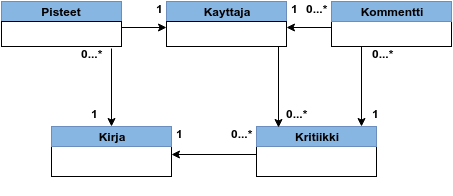
This is doc/kasitekaavio.png from tiikkala/kritiikki, a draw.io export, as it was before one commit. Source tidied: cells renumbered, new cells last; positions are measured from the earlier drawing's top-left corner, leaving out a move shared by most shapes. Source of this version:
```xml
<mxGraphModel background="#ffffff">
  <root>
    <mxCell id="0" />
    <mxCell id="1" parent="0" />
    <mxCell id="2" value="&lt;div style=&quot;text-align: left&quot;&gt;&lt;br&gt;&lt;/div&gt;" style="whiteSpace=wrap;html=1;" parent="1" vertex="1">
      <mxGeometry x="50" y="145" width="120" height="30" as="geometry" />
    </mxCell>
    <mxCell id="3" value="&lt;div style=&quot;text-align: left&quot;&gt;&lt;b&gt;Kirja&lt;/b&gt;&lt;/div&gt;" style="whiteSpace=wrap;html=1;blue;gradientColor=none;fillColor=#88B6E3;shadow=0;glass=0;" parent="1" vertex="1">
      <mxGeometry x="50" y="125" width="120" height="20" as="geometry" />
    </mxCell>
    <mxCell id="4" value="&lt;div style=&quot;text-align: left&quot;&gt;&lt;b&gt;Kayttaja&lt;/b&gt;&lt;/div&gt;" style="whiteSpace=wrap;html=1;blue;gradientColor=none;fillColor=#88B6E3;shadow=0;glass=0;" parent="1" vertex="1">
      <mxGeometry x="165" width="120" height="20" as="geometry" />
    </mxCell>
    <mxCell id="5" style="whiteSpace=wrap;html=1;" parent="1" vertex="1">
      <mxGeometry x="165" y="20" width="120" height="25" as="geometry" />
    </mxCell>
    <mxCell id="6" value="&lt;div style=&quot;text-align: left&quot;&gt;&lt;br&gt;&lt;/div&gt;" style="whiteSpace=wrap;html=1;" parent="1" vertex="1">
      <mxGeometry x="255" y="145" width="120" height="30" as="geometry" />
    </mxCell>
    <mxCell id="7" value="&lt;div style=&quot;text-align: left&quot;&gt;&lt;b&gt;Kritiikki&lt;/b&gt;&lt;/div&gt;" style="whiteSpace=wrap;html=1;blue;gradientColor=none;fillColor=#88B6E3;shadow=0;glass=0;" parent="1" vertex="1">
      <mxGeometry x="255" y="125" width="120" height="20" as="geometry" />
    </mxCell>
    <mxCell id="8" value="&lt;div style=&quot;text-align: left&quot;&gt;&lt;br&gt;&lt;/div&gt;" style="whiteSpace=wrap;html=1;" parent="1" vertex="1">
      <mxGeometry x="330" y="20" width="120" height="25" as="geometry" />
    </mxCell>
    <mxCell id="9" value="&lt;div style=&quot;text-align: left&quot;&gt;&lt;b&gt;Kommentti&lt;/b&gt;&lt;/div&gt;" style="whiteSpace=wrap;html=1;blue;gradientColor=none;fillColor=#88B6E3;shadow=0;glass=0;" parent="1" vertex="1">
      <mxGeometry x="330" width="120" height="20" as="geometry" />
    </mxCell>
    <mxCell id="10" style="edgeStyle=orthogonalEdgeStyle;shape=link;curved=1;rounded=0;html=1;exitX=0.5;exitY=1;entryX=0.5;entryY=1;startArrow=none;startFill=0;endArrow=block;endFill=0;jettySize=auto;orthogonalLoop=1;" parent="1" edge="1" source="6" target="6">
      <mxGeometry x="465" y="220" as="geometry" />
    </mxCell>
    <mxCell id="11" style="edgeStyle=orthogonalEdgeStyle;shape=link;curved=1;rounded=0;html=1;exitX=0.5;exitY=1;startArrow=none;startFill=0;endArrow=block;endFill=0;jettySize=auto;orthogonalLoop=1;" parent="1" edge="1" source="4" target="4">
      <mxGeometry x="375" y="65" as="geometry" />
    </mxCell>
    <mxCell id="12" value="&lt;div style=&quot;text-align: left&quot;&gt;&lt;b&gt;Pisteet&lt;/b&gt;&lt;/div&gt;" style="whiteSpace=wrap;html=1;blue;gradientColor=none;fillColor=#88B6E3;shadow=0;glass=0;" parent="1" vertex="1">
      <mxGeometry width="120" height="20" as="geometry" />
    </mxCell>
    <mxCell id="13" style="whiteSpace=wrap;html=1;" parent="1" vertex="1">
      <mxGeometry y="20" width="120" height="25" as="geometry" />
    </mxCell>
    <mxCell id="14" style="edgeStyle=orthogonalEdgeStyle;shape=link;curved=1;rounded=0;html=1;exitX=0.5;exitY=1;startArrow=none;startFill=0;endArrow=block;endFill=0;jettySize=auto;orthogonalLoop=1;" parent="1" edge="1" source="12" target="12">
      <mxGeometry x="210" y="65" as="geometry" />
    </mxCell>
    <mxCell id="15" style="endArrow=classic;html=1;exitX=0;exitY=0.25;entryX=1;entryY=0.25;" parent="1" edge="1" source="6" target="2">
      <mxGeometry x="320" y="198" as="geometry" />
    </mxCell>
    <mxCell id="16" style="endArrow=classic;html=1;exitX=0.25;exitY=1;" parent="1" edge="1" source="8">
      <mxGeometry x="510" y="90" as="geometry">
        <mxPoint x="360" y="125" as="targetPoint" />
      </mxGeometry>
    </mxCell>
    <mxCell id="17" style="endArrow=classic;html=1;entryX=0.183;entryY=0.05;entryPerimeter=0;" parent="1" edge="1" target="7">
      <mxGeometry x="427" y="90" as="geometry">
        <mxPoint x="277" y="45" as="sourcePoint" />
      </mxGeometry>
    </mxCell>
    <mxCell id="18" style="endArrow=classic;html=1;exitX=0;exitY=0.25;entryX=1;entryY=0.25;" parent="1" edge="1" source="8" target="5">
      <mxGeometry x="435" y="71" as="geometry" />
    </mxCell>
    <mxCell id="19" style="endArrow=classic;html=1;entryX=0.5;entryY=0;exitX=0.917;exitY=1.08;exitPerimeter=0;" parent="1" edge="1" source="13" target="3">
      <mxGeometry x="260" y="92" as="geometry" />
    </mxCell>
    <mxCell id="20" style="endArrow=classic;html=1;exitX=1;exitY=0.25;entryX=0;entryY=0.25;" parent="1" edge="1" source="13" target="5">
      <mxGeometry x="270" y="71" as="geometry" />
    </mxCell>
    <mxCell id="21" value="&lt;b&gt;&lt;font style=&quot;font-size: 12px&quot;&gt;0...*&lt;/font&gt;&lt;/b&gt;&lt;div&gt;&lt;b&gt;&lt;font style=&quot;font-size: 12px&quot;&gt;&lt;br&gt;&lt;/font&gt;&lt;/b&gt;&lt;/div&gt;" style="text;html=1;align=left;verticalAlign=top;spacingTop=-4;" parent="1" vertex="1">
      <mxGeometry x="79.6" y="44.7" width="40" height="30" as="geometry" />
    </mxCell>
    <mxCell id="22" value="&lt;div&gt;&lt;b&gt;&lt;font style=&quot;font-size: 12px&quot;&gt;1&lt;/font&gt;&lt;/b&gt;&lt;/div&gt;" style="text;html=1;align=left;verticalAlign=top;spacingTop=-4;" parent="1" vertex="1">
      <mxGeometry x="89.6" y="104.7" width="20" height="20" as="geometry" />
    </mxCell>
    <mxCell id="23" value="&lt;div&gt;&lt;b&gt;&lt;font style=&quot;font-size: 12px&quot;&gt;0...*&lt;/font&gt;&lt;/b&gt;&lt;/div&gt;" style="text;html=1;align=left;verticalAlign=top;spacingTop=-4;" parent="1" vertex="1">
      <mxGeometry x="229.6" y="124.7" width="40" height="20" as="geometry" />
    </mxCell>
    <mxCell id="24" value="&lt;div&gt;&lt;b&gt;&lt;font style=&quot;font-size: 12px&quot;&gt;1&lt;/font&gt;&lt;/b&gt;&lt;/div&gt;" style="text;html=1;align=left;verticalAlign=top;spacingTop=-4;" parent="1" vertex="1">
      <mxGeometry x="154.6" y="-0.3" width="20" height="20" as="geometry" />
    </mxCell>
    <mxCell id="25" value="&lt;div&gt;&lt;b&gt;&lt;font style=&quot;font-size: 12px&quot;&gt;1&lt;/font&gt;&lt;/b&gt;&lt;/div&gt;" style="text;html=1;align=left;verticalAlign=top;spacingTop=-4;" parent="1" vertex="1">
      <mxGeometry x="174.6" y="124.7" width="20" height="20" as="geometry" />
    </mxCell>
    <mxCell id="26" value="&lt;div&gt;&lt;b&gt;&lt;font style=&quot;font-size: 12px&quot;&gt;0...*&lt;/font&gt;&lt;/b&gt;&lt;/div&gt;" style="text;html=1;align=left;verticalAlign=top;spacingTop=-4;" parent="1" vertex="1">
      <mxGeometry x="304.6" y="-0.3" width="40" height="20" as="geometry" />
    </mxCell>
    <mxCell id="27" value="&lt;div&gt;&lt;b&gt;&lt;font style=&quot;font-size: 12px&quot;&gt;1&lt;/font&gt;&lt;/b&gt;&lt;/div&gt;" style="text;html=1;align=left;verticalAlign=top;spacingTop=-4;" parent="1" vertex="1">
      <mxGeometry x="289.6" y="-0.3" width="20" height="20" as="geometry" />
    </mxCell>
    <mxCell id="28" value="&lt;div&gt;&lt;b&gt;&lt;font style=&quot;font-size: 12px&quot;&gt;0...*&lt;/font&gt;&lt;/b&gt;&lt;/div&gt;" style="text;html=1;align=left;verticalAlign=top;spacingTop=-4;" parent="1" vertex="1">
      <mxGeometry x="284.6" y="104.7" width="40" height="20" as="geometry" />
    </mxCell>
    <mxCell id="29" value="&lt;div&gt;&lt;b&gt;&lt;font style=&quot;font-size: 12px&quot;&gt;1&lt;/font&gt;&lt;/b&gt;&lt;/div&gt;" style="text;html=1;align=left;verticalAlign=top;spacingTop=-4;" parent="1" vertex="1">
      <mxGeometry x="370.6" y="104.7" width="20" height="20" as="geometry" />
    </mxCell>
    <mxCell id="30" value="&lt;div&gt;&lt;b&gt;&lt;font style=&quot;font-size: 12px&quot;&gt;0...*&lt;/font&gt;&lt;/b&gt;&lt;/div&gt;" style="text;html=1;align=left;verticalAlign=top;spacingTop=-4;" parent="1" vertex="1">
      <mxGeometry x="370.6" y="44.7" width="40" height="20" as="geometry" />
    </mxCell>
  </root>
</mxGraphModel>
```
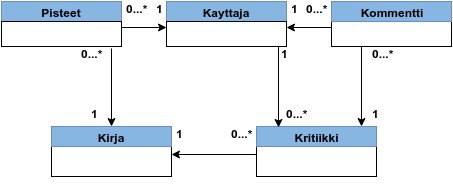
Later version of the same file.

Change to the diagram source:
```diff
@@ -93,5 +93,11 @@
     <mxCell id="30" value="&lt;div&gt;&lt;b&gt;&lt;font style=&quot;font-size: 12px&quot;&gt;0...*&lt;/font&gt;&lt;/b&gt;&lt;/div&gt;" style="text;html=1;align=left;verticalAlign=top;spacingTop=-4;" parent="1" vertex="1">
       <mxGeometry x="370.6" y="44.7" width="40" height="20" as="geometry" />
     </mxCell>
+    <mxCell id="31" value="&lt;div&gt;&lt;b&gt;&lt;font style=&quot;font-size: 12px&quot;&gt;0...*&lt;/font&gt;&lt;/b&gt;&lt;/div&gt;" style="text;html=1;align=left;verticalAlign=top;spacingTop=-4;" parent="1" vertex="1">
+      <mxGeometry x="124.6" y="-0.3" width="40" height="10" as="geometry" />
+    </mxCell>
+    <mxCell id="32" value="&lt;div&gt;&lt;b&gt;&lt;font style=&quot;font-size: 12px&quot;&gt;1&lt;/font&gt;&lt;/b&gt;&lt;/div&gt;" style="text;html=1;align=left;verticalAlign=top;spacingTop=-4;" parent="1" vertex="1">
+      <mxGeometry x="279.6" y="44.7" width="20" height="20" as="geometry" />
+    </mxCell>
   </root>
 </mxGraphModel>
```
